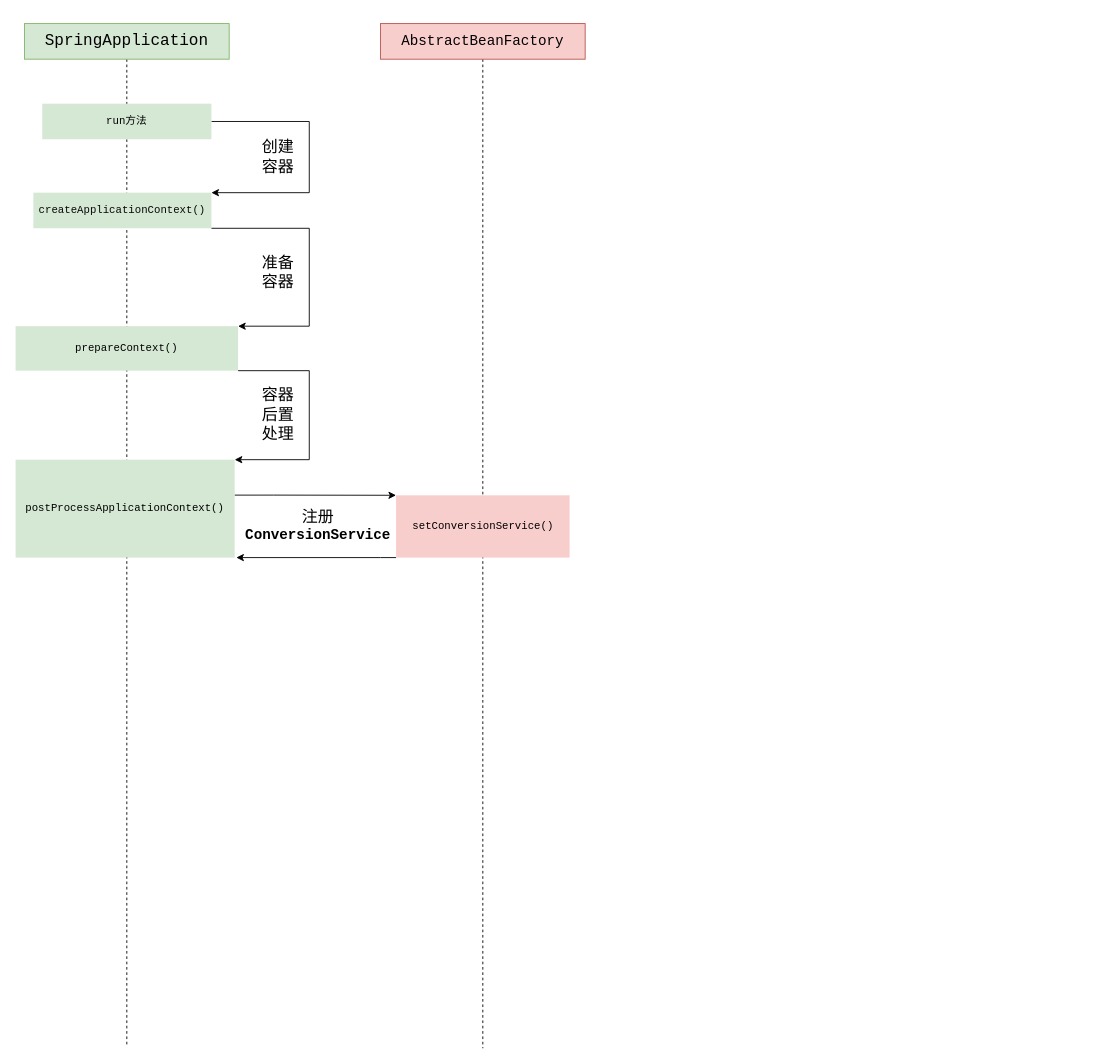
Before: 图表文件/spring/BeanFactory初始化过程.drawio in Syske/person-learning-note, a draw.io diagram. Source tidied: cells renumbered, new cells numbered last; positions are measured from the earlier drawing's top-left corner, leaving out a move shared by most shapes. Both pictures are drawn from the tidied source at 89%, with x=0, y=0 at pixel (15, 23).
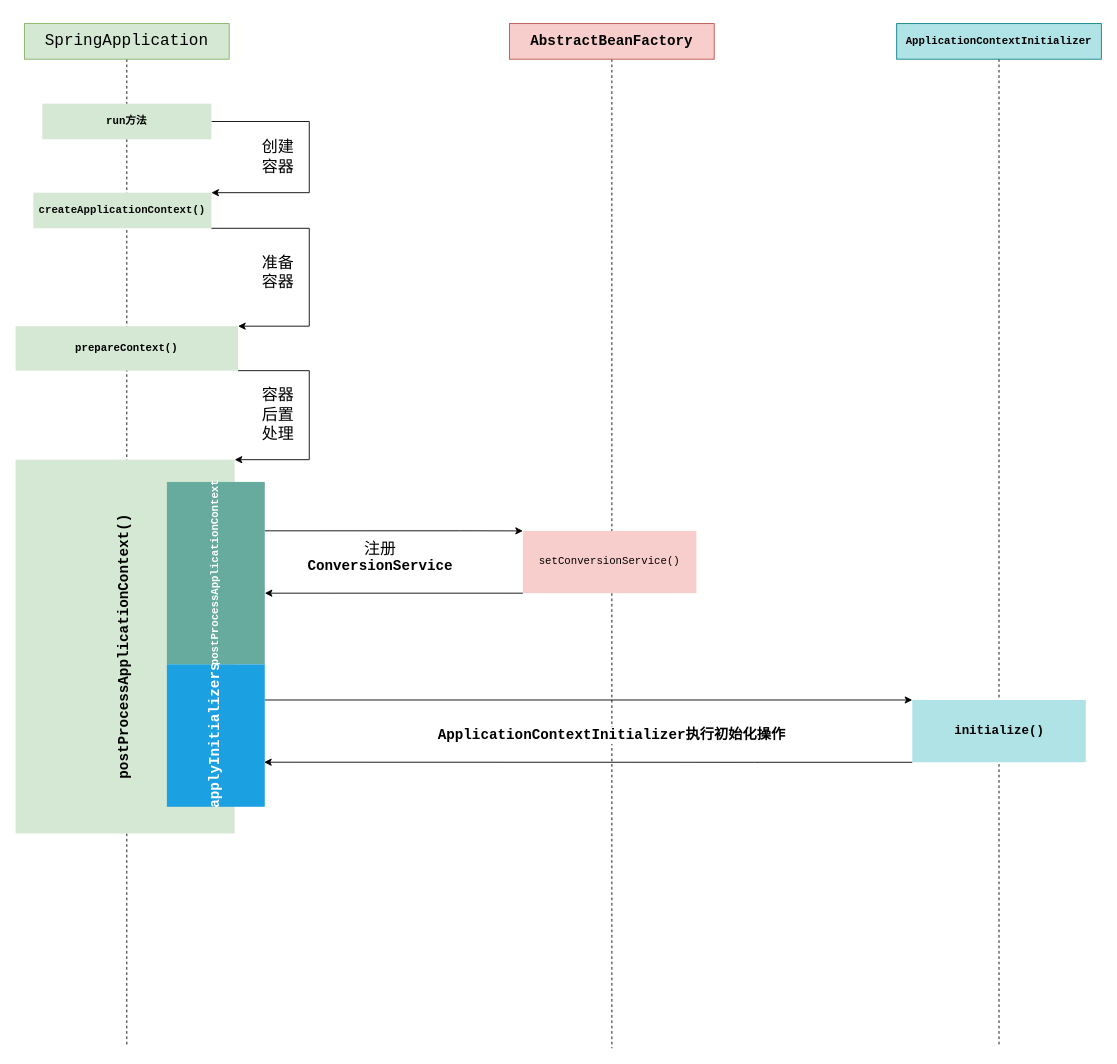
After the change.

The edit, as a diff of the source:
```diff
@@
-    <mxCell id="5" value="&lt;pre style=&quot;color: rgb(8 , 8 , 8) ; font-family: &amp;#34;jetbrains mono&amp;#34; , monospace&quot;&gt;&lt;span style=&quot;color: rgb(0 , 0 , 0)&quot;&gt;&lt;font style=&quot;font-size: 12px&quot;&gt;run方法&lt;/font&gt;&lt;/span&gt;&lt;/pre&gt;" style="rounded=0;whiteSpace=wrap;html=1;fillColor=#d5e8d4;strokeColor=none;" parent="1" vertex="1">
+    <mxCell id="5" value="&lt;pre style=&quot;color: rgb(8 , 8 , 8) ; font-family: &amp;quot;jetbrains mono&amp;quot; , monospace&quot;&gt;&lt;span style=&quot;color: rgb(0 , 0 , 0)&quot;&gt;&lt;font style=&quot;font-size: 12px&quot;&gt;run方法&lt;/font&gt;&lt;/span&gt;&lt;/pre&gt;" style="rounded=0;whiteSpace=wrap;html=1;fillColor=#d5e8d4;strokeColor=none;fontStyle=1;" parent="1" vertex="1">
       <mxGeometry x="30" y="90" width="190" height="40" as="geometry" />
     </mxCell>
@@
-    <mxCell id="7" value="&lt;pre style=&quot;color: rgb(8 , 8 , 8) ; font-family: &amp;#34;jetbrains mono&amp;#34; , monospace&quot;&gt;&lt;pre style=&quot;font-family: &amp;#34;jetbrains mono&amp;#34; , monospace&quot;&gt;&lt;font style=&quot;font-size: 12px&quot;&gt;createApplicationContext()&lt;/font&gt;&lt;/pre&gt;&lt;/pre&gt;" style="rounded=0;whiteSpace=wrap;html=1;fillColor=#d5e8d4;strokeColor=none;" parent="1" vertex="1">
+    <mxCell id="7" value="&lt;pre style=&quot;color: rgb(8 , 8 , 8) ; font-family: &amp;quot;jetbrains mono&amp;quot; , monospace&quot;&gt;&lt;pre style=&quot;font-family: &amp;quot;jetbrains mono&amp;quot; , monospace&quot;&gt;&lt;font style=&quot;font-size: 12px&quot;&gt;createApplicationContext()&lt;/font&gt;&lt;/pre&gt;&lt;/pre&gt;" style="rounded=0;whiteSpace=wrap;html=1;fillColor=#d5e8d4;strokeColor=none;fontStyle=1;" parent="1" vertex="1">
       <mxGeometry x="20" y="190" width="200" height="40" as="geometry" />
     </mxCell>
@@
-    <mxCell id="10" value="&lt;pre style=&quot;color: rgb(8 , 8 , 8) ; font-family: &amp;#34;jetbrains mono&amp;#34; , monospace&quot;&gt;&lt;pre style=&quot;font-family: &amp;#34;jetbrains mono&amp;#34; , monospace&quot;&gt;&lt;pre style=&quot;color: rgb(0 , 0 , 0) ; font-family: &amp;#34;jetbrains mono&amp;#34; , monospace&quot;&gt;&lt;font style=&quot;font-size: 12px&quot;&gt;prepareContext()&lt;/font&gt;&lt;/pre&gt;&lt;/pre&gt;&lt;/pre&gt;" style="rounded=0;whiteSpace=wrap;html=1;fillColor=#d5e8d4;strokeColor=none;" parent="1" vertex="1">
+    <mxCell id="10" value="&lt;pre style=&quot;color: rgb(8 , 8 , 8) ; font-family: &amp;quot;jetbrains mono&amp;quot; , monospace&quot;&gt;&lt;pre style=&quot;font-family: &amp;quot;jetbrains mono&amp;quot; , monospace&quot;&gt;&lt;pre style=&quot;color: rgb(0 , 0 , 0) ; font-family: &amp;quot;jetbrains mono&amp;quot; , monospace&quot;&gt;&lt;font style=&quot;font-size: 12px&quot;&gt;prepareContext()&lt;/font&gt;&lt;/pre&gt;&lt;/pre&gt;&lt;/pre&gt;" style="rounded=0;whiteSpace=wrap;html=1;fillColor=#d5e8d4;strokeColor=none;fontStyle=1;" parent="1" vertex="1">
       <mxGeometry y="340" width="250" height="50" as="geometry" />
     </mxCell>
@@
-    <mxCell id="12" style="edgeStyle=orthogonalEdgeStyle;rounded=0;jettySize=auto;html=1;entryX=0;entryY=0;entryDx=0;entryDy=0;endArrow=classic;endFill=1;exitX=0.999;exitY=0.362;exitDx=0;exitDy=0;exitPerimeter=0;" parent="1" edge="1" source="13" target="18">
-      <mxGeometry relative="1" as="geometry">
-        <Array as="points">
-          <mxPoint x="290" y="530" />
-        </Array>
-      </mxGeometry>
-    </mxCell>
-    <mxCell id="13" value="&lt;pre style=&quot;color: rgb(8 , 8 , 8) ; font-family: &amp;#34;jetbrains mono&amp;#34; , monospace&quot;&gt;&lt;pre style=&quot;font-family: &amp;#34;jetbrains mono&amp;#34; , monospace&quot;&gt;&lt;pre style=&quot;color: rgb(0 , 0 , 0) ; font-family: &amp;#34;jetbrains mono&amp;#34; , monospace&quot;&gt;&lt;pre style=&quot;font-family: &amp;#34;jetbrains mono&amp;#34; , monospace&quot;&gt;&lt;font style=&quot;font-size: 12px&quot;&gt;postProcessApplicationContext()&lt;/font&gt;&lt;/pre&gt;&lt;/pre&gt;&lt;/pre&gt;&lt;/pre&gt;" style="rounded=0;whiteSpace=wrap;html=1;fillColor=#d5e8d4;strokeColor=none;" parent="1" vertex="1">
-      <mxGeometry y="490" width="246.2" height="110" as="geometry" />
+    <mxCell id="13" value="&lt;pre style=&quot;color: rgb(8, 8, 8); font-family: &amp;quot;jetbrains mono&amp;quot;, monospace; font-size: 16px;&quot;&gt;&lt;pre style=&quot;font-family: &amp;quot;jetbrains mono&amp;quot;, monospace; font-size: 16px;&quot;&gt;&lt;pre style=&quot;color: rgb(0, 0, 0); font-family: &amp;quot;jetbrains mono&amp;quot;, monospace; font-size: 16px;&quot;&gt;&lt;pre style=&quot;font-family: &amp;quot;jetbrains mono&amp;quot;, monospace; font-size: 16px;&quot;&gt;&lt;font style=&quot;font-size: 16px;&quot;&gt;postProcessApplicationContext()&lt;/font&gt;&lt;/pre&gt;&lt;/pre&gt;&lt;/pre&gt;&lt;/pre&gt;" style="rounded=0;whiteSpace=wrap;html=1;fillColor=#d5e8d4;strokeColor=none;fontStyle=1;horizontal=0;fontSize=16;" parent="1" vertex="1">
+      <mxGeometry y="490" width="246.2" height="420" as="geometry" />
     </mxCell>
@@
     <mxCell id="15" style="edgeStyle=orthogonalEdgeStyle;rounded=0;jettySize=auto;html=1;exitX=0.5;exitY=1;exitDx=0;exitDy=0;dashed=1;endArrow=none;endFill=0;" parent="1" edge="1" source="16">
       <mxGeometry relative="1" as="geometry">
-        <mxPoint x="525" y="1151.3" as="targetPoint" />
+        <mxPoint x="670" y="1151.3" as="targetPoint" />
       </mxGeometry>
     </mxCell>
-    <mxCell id="16" value="&lt;pre style=&quot;color: rgb(8 , 8 , 8) ; font-family: &amp;quot;jetbrains mono&amp;quot; , monospace ; font-size: 13.5pt&quot;&gt;&lt;pre style=&quot;color: rgb(0, 0, 0); font-family: &amp;quot;jetbrains mono&amp;quot;, monospace; font-size: 12pt;&quot;&gt;AbstractBeanFactory&lt;/pre&gt;&lt;/pre&gt;" style="rounded=0;whiteSpace=wrap;html=1;fillColor=#f8cecc;strokeColor=#b85450;" parent="1" vertex="1">
-      <mxGeometry x="410" width="230" height="40" as="geometry" />
+    <mxCell id="16" value="&lt;pre style=&quot;color: rgb(8 , 8 , 8) ; font-family: &amp;quot;jetbrains mono&amp;quot; , monospace ; font-size: 13.5pt&quot;&gt;&lt;pre style=&quot;color: rgb(0, 0, 0); font-family: &amp;quot;jetbrains mono&amp;quot;, monospace; font-size: 12pt;&quot;&gt;AbstractBeanFactory&lt;/pre&gt;&lt;/pre&gt;" style="rounded=0;whiteSpace=wrap;html=1;fillColor=#f8cecc;strokeColor=#b85450;fontStyle=1;" parent="1" vertex="1">
+      <mxGeometry x="555" width="230" height="40" as="geometry" />
     </mxCell>
-    <mxCell id="17" style="edgeStyle=orthogonalEdgeStyle;rounded=0;jettySize=auto;html=1;exitX=0;exitY=1;exitDx=0;exitDy=0;" parent="1" edge="1" source="18">
-      <mxGeometry relative="1" as="geometry">
-        <mxPoint x="248" y="600" as="targetPoint" />
-        <Array as="points">
-          <mxPoint x="410" y="600" />
-          <mxPoint x="410" y="600" />
-        </Array>
-      </mxGeometry>
-    </mxCell>
+    <mxCell id="20" style="edgeStyle=orthogonalEdgeStyle;rounded=0;jettySize=auto;html=1;exitX=0;exitY=1;exitDx=0;exitDy=0;fontColor=#FFFFFF;startArrow=none;startFill=0;endArrow=classic;endFill=1;" parent="1" edge="1" source="18" target="22">
+      <mxGeometry relative="1" as="geometry">
+        <Array as="points">
+          <mxPoint x="360" y="640" />
+          <mxPoint x="360" y="640" />
+        </Array>
+      </mxGeometry>
+    </mxCell>
     <mxCell id="18" value="&lt;pre style=&quot;color: rgb(8 , 8 , 8) ; font-family: &amp;#34;jetbrains mono&amp;#34; , monospace&quot;&gt;&lt;pre style=&quot;font-family: &amp;#34;jetbrains mono&amp;#34; , monospace&quot;&gt;&lt;pre style=&quot;color: rgb(0 , 0 , 0) ; font-family: &amp;#34;jetbrains mono&amp;#34; , monospace&quot;&gt;&lt;pre style=&quot;font-family: &amp;#34;jetbrains mono&amp;#34; , monospace&quot;&gt;&lt;font style=&quot;font-size: 12px&quot;&gt;setConversionService()&lt;/font&gt;&lt;/pre&gt;&lt;/pre&gt;&lt;/pre&gt;&lt;/pre&gt;" style="rounded=0;whiteSpace=wrap;html=1;fillColor=#f8cecc;strokeColor=none;" parent="1" vertex="1">
-      <mxGeometry x="427.5" y="530" width="195" height="70" as="geometry" />
+      <mxGeometry x="570" y="570" width="195" height="70" as="geometry" />
     </mxCell>
     <mxCell id="19" value="&lt;span style=&quot;font-size: 18px&quot;&gt;注册&lt;/span&gt;&lt;span style=&quot;background-color: rgb(255 , 255 , 255) ; font-family: &amp;#34;jetbrains mono&amp;#34; , monospace ; font-size: 12pt&quot;&gt;&lt;b&gt;ConversionService&lt;/b&gt;&lt;/span&gt;" style="text;html=1;strokeColor=none;fillColor=none;align=center;verticalAlign=middle;whiteSpace=wrap;rounded=0;fontColor=#000000;" parent="1" vertex="1">
-      <mxGeometry x="260" y="545" width="160" height="40" as="geometry" />
+      <mxGeometry x="330" y="580" width="160" height="40" as="geometry" />
     </mxCell>
+    <mxCell id="21" style="edgeStyle=orthogonalEdgeStyle;rounded=0;jettySize=auto;html=1;exitX=0.999;exitY=0.268;exitDx=0;exitDy=0;fontColor=#FFFFFF;startArrow=none;startFill=0;endArrow=classic;endFill=1;exitPerimeter=0;entryX=0;entryY=0;entryDx=0;entryDy=0;" parent="1" edge="1" source="22" target="18">
+      <mxGeometry relative="1" as="geometry">
+        <Array as="points">
+          <mxPoint x="500" y="570" />
+          <mxPoint x="500" y="570" />
+        </Array>
+      </mxGeometry>
+    </mxCell>
+    <mxCell id="22" value="&lt;pre style=&quot;font-family: &amp;#34;jetbrains mono&amp;#34; , monospace&quot;&gt;&lt;font style=&quot;font-size: 12px&quot;&gt;postProcessApplicationContext&lt;/font&gt;&lt;/pre&gt;" style="rounded=0;html=1;strokeColor=none;fillColor=#67AB9F;fontColor=#FFFFFF;fontStyle=1;horizontal=0;whiteSpace=wrap;" parent="1" vertex="1">
+      <mxGeometry x="170" y="515" width="110" height="205" as="geometry" />
+    </mxCell>
+    <mxCell id="23" style="edgeStyle=orthogonalEdgeStyle;rounded=0;jettySize=auto;html=1;exitX=1;exitY=0.25;exitDx=0;exitDy=0;entryX=0;entryY=0;entryDx=0;entryDy=0;fontSize=14;fontColor=#000000;startArrow=none;startFill=0;endArrow=classic;endFill=1;" parent="1" edge="1" source="24" target="28">
+      <mxGeometry relative="1" as="geometry">
+        <Array as="points">
+          <mxPoint x="1000" y="760" />
+          <mxPoint x="1000" y="760" />
+        </Array>
+      </mxGeometry>
+    </mxCell>
+    <mxCell id="24" value="&lt;pre style=&quot;font-family: &amp;quot;jetbrains mono&amp;quot;, monospace; font-size: 12pt;&quot;&gt;applyInitializers&lt;/pre&gt;" style="rounded=0;whiteSpace=wrap;html=1;fontSize=16;fillColor=#1ba1e2;strokeColor=none;fontColor=#FFFFFF;horizontal=0;fontStyle=1;" parent="1" vertex="1">
+      <mxGeometry x="170" y="720" width="110" height="160" as="geometry" />
+    </mxCell>
+    <mxCell id="25" style="edgeStyle=orthogonalEdgeStyle;rounded=0;jettySize=auto;html=1;exitX=0.5;exitY=1;exitDx=0;exitDy=0;fontSize=12;fontColor=#FFFFFF;startArrow=none;startFill=0;endArrow=none;endFill=0;dashed=1;" parent="1" edge="1" source="26">
+      <mxGeometry relative="1" as="geometry">
+        <mxPoint x="1105" y="1150" as="targetPoint" />
+        <Array as="points">
+          <mxPoint x="1105" y="810" />
+          <mxPoint x="1105" y="810" />
+        </Array>
+      </mxGeometry>
+    </mxCell>
+    <mxCell id="26" value="&lt;pre style=&quot;color: rgb(8, 8, 8); font-family: &amp;quot;jetbrains mono&amp;quot;, monospace; font-size: 12px;&quot;&gt;&lt;pre style=&quot;color: rgb(0, 0, 0); font-family: &amp;quot;jetbrains mono&amp;quot;, monospace; font-size: 12px;&quot;&gt;&lt;pre style=&quot;font-family: &amp;quot;jetbrains mono&amp;quot;, monospace; font-size: 12px;&quot;&gt;ApplicationContextInitializer&lt;/pre&gt;&lt;/pre&gt;&lt;/pre&gt;" style="rounded=0;whiteSpace=wrap;html=1;fillColor=#b0e3e6;strokeColor=#0e8088;fontSize=12;fontStyle=1;" parent="1" vertex="1">
+      <mxGeometry x="990" width="230" height="40" as="geometry" />
+    </mxCell>
+    <mxCell id="27" style="edgeStyle=orthogonalEdgeStyle;rounded=0;jettySize=auto;html=1;exitX=0;exitY=1;exitDx=0;exitDy=0;fontSize=14;fontColor=#000000;startArrow=none;startFill=0;endArrow=classic;endFill=1;entryX=0.993;entryY=0.687;entryDx=0;entryDy=0;entryPerimeter=0;" parent="1" edge="1" source="28" target="24">
+      <mxGeometry relative="1" as="geometry">
+        <Array as="points">
+          <mxPoint x="830" y="830" />
+          <mxPoint x="830" y="830" />
+        </Array>
+      </mxGeometry>
+    </mxCell>
+    <mxCell id="28" value="&lt;pre style=&quot;font-family: &amp;#34;jetbrains mono&amp;#34; , monospace ; font-size: 14px&quot;&gt;&lt;pre style=&quot;font-family: &amp;#34;jetbrains mono&amp;#34; , monospace ; font-size: 14px&quot;&gt;&lt;pre style=&quot;font-family: &amp;#34;jetbrains mono&amp;#34; , monospace ; font-size: 14px&quot;&gt;&lt;pre style=&quot;font-family: &amp;#34;jetbrains mono&amp;#34; , monospace ; font-size: 14px&quot;&gt;&lt;pre style=&quot;font-family: &amp;#34;jetbrains mono&amp;#34; , monospace ; font-size: 14px&quot;&gt;initialize()&lt;/pre&gt;&lt;/pre&gt;&lt;/pre&gt;&lt;/pre&gt;&lt;/pre&gt;" style="rounded=0;whiteSpace=wrap;html=1;fillColor=#b0e3e6;fontStyle=1;fontSize=14;strokeColor=none;" parent="1" vertex="1">
+      <mxGeometry x="1007.5" y="760" width="195" height="70" as="geometry" />
+    </mxCell>
+    <mxCell id="29" value="&lt;pre style=&quot;background-color: rgb(255 , 255 , 255) ; font-family: &amp;quot;jetbrains mono&amp;quot; , monospace ; font-size: 12pt&quot;&gt;ApplicationContextInitializer执行初始化操作&lt;/pre&gt;" style="text;html=1;strokeColor=none;fillColor=none;align=center;verticalAlign=middle;whiteSpace=wrap;rounded=0;fontColor=#000000;fontStyle=1;" parent="1" vertex="1">
+      <mxGeometry x="490" y="780" width="360" height="40" as="geometry" />
+    </mxCell>
```
